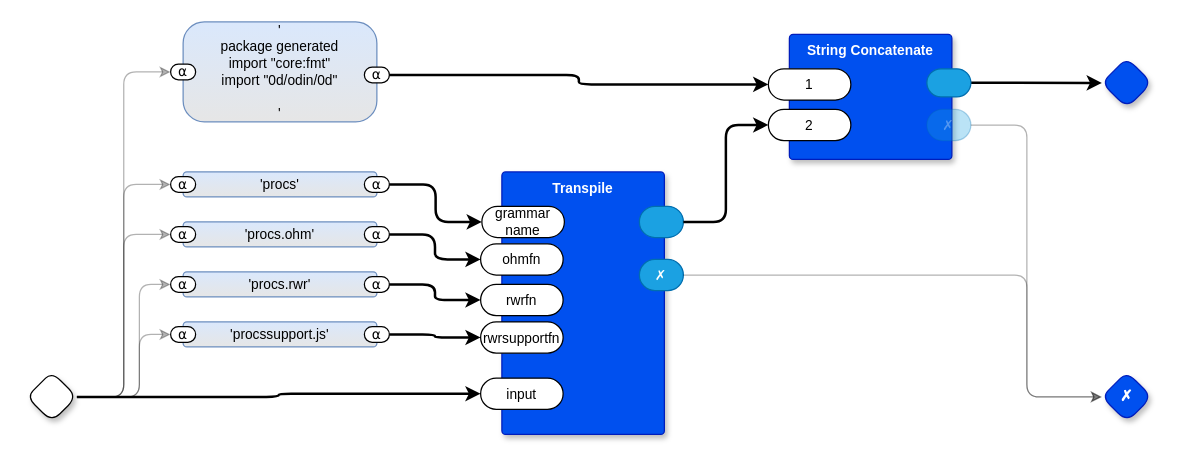
Before: page "Exhale Procs" (3 of 10) of gen0d.drawio in guitarvydas/gen0d, a draw.io diagram. Source tidied: cells renumbered, new cells numbered last; positions are measured from the earlier drawing's top-left corner, leaving out a move shared by most shapes. Both pictures are drawn from the tidied source at 125%, with x=0, y=0 at pixel (26, 21).
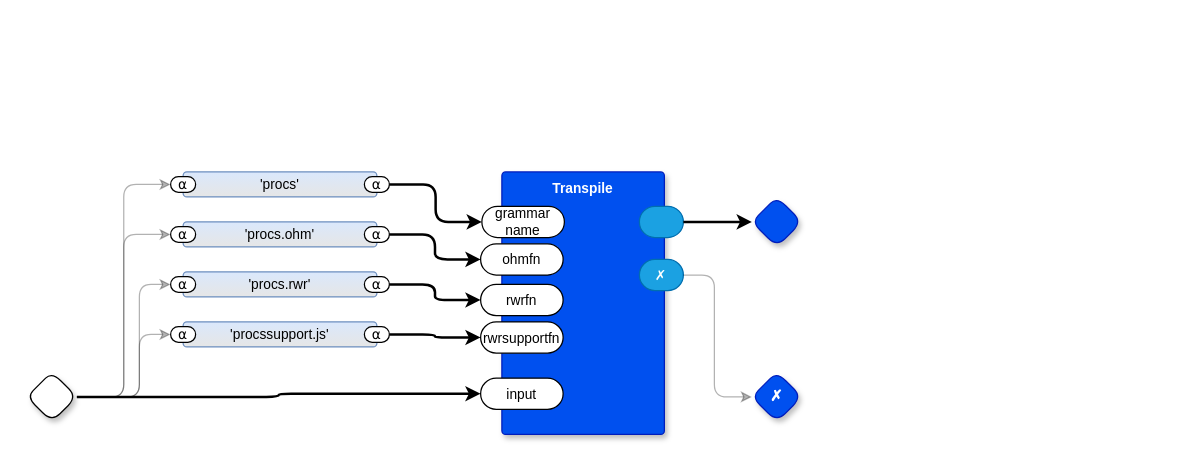
Above is the later version.

The change refers to these unchanged cells:
```xml
<mxCell id="3" style="rhombus;whiteSpace=wrap;html=1;rounded=1;fontStyle=1;glass=0;sketch=0;fontSize=12;points=[[0,0.5,0,0,0],[0.5,0,0,0,0],[0.5,1,0,0,0],[1,0.5,0,0,0]];shadow=1;fontFamily=Helvetica;fontColor=default;" parent="1" vertex="1">
  <mxGeometry y="280" width="40" height="40" as="geometry" />
</mxCell>
<mxCell id="6" style="rounded=1;whiteSpace=wrap;html=1;sketch=0;points=[[0,0.5,0,0,0],[1,0.5,0,0,0]];fillColor=#1ba1e2;fontColor=#ffffff;strokeColor=#006EAF;arcSize=50;fontFamily=Helvetica;fontSize=11;" parent="4" vertex="1">
  <mxGeometry x="110" y="27.5" width="35.2" height="25" as="geometry" />
</mxCell>
<mxCell id="7" value="✗" style="rounded=1;whiteSpace=wrap;html=1;sketch=0;points=[[0,0.5,0,0,0],[1,0.5,0,0,0]];fillColor=#1ba1e2;fontColor=#ffffff;strokeColor=#006EAF;arcSize=50;fontFamily=Helvetica;fontSize=11;" parent="4" vertex="1">
  <mxGeometry x="110" y="70" width="35.2" height="25" as="geometry" />
</mxCell>
```

Diff of the diagram source:
```diff
@@
     <mxCell id="12" value="✗" style="rhombus;whiteSpace=wrap;html=1;rounded=1;fillColor=#0050ef;fontColor=#ffffff;strokeColor=#001DBC;fontStyle=1;glass=0;sketch=0;fontSize=12;points=[[0,0.5,0,0,0],[0.5,0,0,0,0],[0.5,1,0,0,0],[1,0.5,0,0,0]];shadow=1;fontFamily=Helvetica;" parent="1" vertex="1">
-      <mxGeometry x="860" y="280" width="40" height="40" as="geometry" />
+      <mxGeometry x="580" y="280" width="40" height="40" as="geometry" />
     </mxCell>
     <mxCell id="13" style="edgeStyle=orthogonalEdgeStyle;rounded=1;jettySize=auto;html=1;exitX=1;exitY=0.5;exitDx=0;exitDy=0;exitPerimeter=0;entryX=0;entryY=0.5;entryDx=0;entryDy=0;entryPerimeter=0;curved=0;opacity=30;" parent="1" edge="1" source="7" target="12">
       <mxGeometry relative="1" as="geometry">
         <Array as="points">
-          <mxPoint x="800" y="203" />
-          <mxPoint x="800" y="300" />
+          <mxPoint x="550" y="203" />
+          <mxPoint x="550" y="300" />
         </Array>
       </mxGeometry>
     </mxCell>
@@
-    <mxCell id="31" style="edgeStyle=orthogonalEdgeStyle;rounded=1;jettySize=auto;html=1;exitX=1;exitY=0.5;exitDx=0;exitDy=0;exitPerimeter=0;entryX=0;entryY=0.5;entryDx=0;entryDy=0;entryPerimeter=0;strokeWidth=2;curved=0;" parent="1" edge="1" source="41" target="38">
-      <mxGeometry relative="1" as="geometry" />
-    </mxCell>
-    <mxCell id="32" style="edgeStyle=orthogonalEdgeStyle;rounded=1;jettySize=auto;html=1;entryX=0;entryY=0.5;entryDx=0;entryDy=0;entryPerimeter=0;strokeWidth=2;curved=0;" parent="1" edge="1" source="6" target="43">
+    <mxCell id="32" style="edgeStyle=orthogonalEdgeStyle;rounded=1;jettySize=auto;html=1;entryX=0;entryY=0.5;entryDx=0;entryDy=0;entryPerimeter=0;strokeWidth=2;curved=0;" parent="1" edge="1" source="6" target="38">
       <mxGeometry relative="1" as="geometry" />
     </mxCell>
-    <mxCell id="33" style="edgeStyle=orthogonalEdgeStyle;rounded=1;jettySize=auto;html=1;exitX=1;exitY=0.5;exitDx=0;exitDy=0;exitPerimeter=0;entryX=0;entryY=0.5;entryDx=0;entryDy=0;entryPerimeter=0;curved=0;opacity=30;" parent="1" edge="1" source="3" target="35">
-      <mxGeometry relative="1" as="geometry" />
-    </mxCell>
-    <mxCell id="34" value="'&lt;br&gt;package generated&lt;br&gt;import &quot;core:fmt&quot;&lt;br&gt;import &quot;0d/odin/0d&quot;&lt;br&gt;&lt;br&gt;'" style="rounded=1;whiteSpace=wrap;html=1;sketch=0;verticalAlign=middle;arcSize=34;fontStyle=0;absoluteArcSize=1;shadow=0;strokeColor=#6c8ebf;fillColor=#dae8fc;fontFamily=Helvetica;fontSize=11;gradientColor=#E6E6E6;fontColor=default;" parent="1" vertex="1">
-      <mxGeometry x="125" width="155" height="80" as="geometry" />
-    </mxCell>
-    <mxCell id="35" value="⍺" style="rounded=1;whiteSpace=wrap;html=1;sketch=0;points=[[0,0.5,0,0,0],[1,0.5,0,0,0]];arcSize=50;fontFamily=Helvetica;fontSize=11;fontColor=default;" parent="34" vertex="1">
-      <mxGeometry x="-10" y="33.8" width="20" height="12.5" as="geometry" />
-    </mxCell>
-    <mxCell id="36" value="⍺" style="rounded=1;whiteSpace=wrap;html=1;sketch=0;points=[[0,0.5,0,0,0],[1,0.5,0,0,0]];arcSize=50;fontFamily=Helvetica;fontSize=11;fontColor=default;" parent="34" vertex="1">
-      <mxGeometry x="145" y="36.2" width="20" height="12.5" as="geometry" />
-    </mxCell>
-    <mxCell id="37" style="edgeStyle=orthogonalEdgeStyle;rounded=1;jettySize=auto;html=1;exitX=1;exitY=0.5;exitDx=0;exitDy=0;exitPerimeter=0;entryX=0;entryY=0.5;entryDx=0;entryDy=0;entryPerimeter=0;strokeWidth=2;curved=0;" parent="1" edge="1" source="36" target="40">
-      <mxGeometry relative="1" as="geometry" />
-    </mxCell>
     <mxCell id="38" style="rhombus;whiteSpace=wrap;html=1;rounded=1;fontStyle=1;glass=0;sketch=0;fontSize=12;points=[[0,0.5,0,0,0],[0.5,0,0,0,0],[0.5,1,0,0,0],[1,0.5,0,0,0]];shadow=1;fillColor=#0050ef;fontColor=#ffffff;strokeColor=#001DBC;fontFamily=Helvetica;" parent="1" vertex="1">
-      <mxGeometry x="860" y="28.8" width="40" height="40" as="geometry" />
+      <mxGeometry x="580" y="140" width="40" height="40" as="geometry" />
     </mxCell>
-    <mxCell id="39" value="String Concatenate" style="rounded=1;whiteSpace=wrap;html=1;sketch=0;verticalAlign=top;arcSize=6;fontStyle=1;absoluteArcSize=1;shadow=1;strokeColor=#001DBC;fillColor=#0050ef;fontColor=#ffffff;fontFamily=Helvetica;fontSize=11;" parent="1" vertex="1">
-      <mxGeometry x="610" y="10" width="130" height="100" as="geometry" />
-    </mxCell>
-    <mxCell id="40" value="1" style="rounded=1;whiteSpace=wrap;html=1;sketch=0;points=[[0,0.5,0,0,0],[1,0.5,0,0,0]];arcSize=50;fontFamily=Helvetica;fontSize=11;fontColor=default;" parent="39" vertex="1">
-      <mxGeometry x="-16.8" y="27.5" width="66" height="25" as="geometry" />
-    </mxCell>
-    <mxCell id="41" style="rounded=1;whiteSpace=wrap;html=1;sketch=0;points=[[0,0.5,0,0,0],[1,0.5,0,0,0]];fillColor=#1ba1e2;fontColor=#ffffff;strokeColor=#006EAF;arcSize=50;fontFamily=Helvetica;fontSize=11;" parent="39" vertex="1">
-      <mxGeometry x="110" y="27.5" width="35.2" height="22.5" as="geometry" />
-    </mxCell>
-    <mxCell id="42" value="✗" style="rounded=1;whiteSpace=wrap;html=1;sketch=0;points=[[0,0.5,0,0,0],[1,0.5,0,0,0]];fillColor=#1ba1e2;fontColor=#ffffff;strokeColor=#006EAF;arcSize=50;fontFamily=Helvetica;fontSize=11;textOpacity=30;opacity=30;" parent="39" vertex="1">
-      <mxGeometry x="110" y="60" width="35.2" height="25" as="geometry" />
-    </mxCell>
-    <mxCell id="43" value="2" style="rounded=1;whiteSpace=wrap;html=1;sketch=0;points=[[0,0.5,0,0,0],[1,0.5,0,0,0]];arcSize=50;fontFamily=Helvetica;fontSize=11;fontColor=default;" parent="39" vertex="1">
-      <mxGeometry x="-16.8" y="60" width="66" height="25" as="geometry" />
-    </mxCell>
-    <mxCell id="44" style="edgeStyle=orthogonalEdgeStyle;shape=connector;curved=0;rounded=1;jettySize=auto;html=1;exitX=1;exitY=0.5;exitDx=0;exitDy=0;exitPerimeter=0;entryX=0;entryY=0.5;entryDx=0;entryDy=0;entryPerimeter=0;labelBackgroundColor=default;strokeColor=default;align=center;verticalAlign=middle;fontFamily=Helvetica;fontSize=11;fontColor=default;endArrow=classic;opacity=30;" parent="1" edge="1" source="42" target="12">
-      <mxGeometry relative="1" as="geometry">
-        <Array as="points">
-          <mxPoint x="800" y="83" />
-          <mxPoint x="800" y="300" />
-        </Array>
-      </mxGeometry>
-    </mxCell>
```
